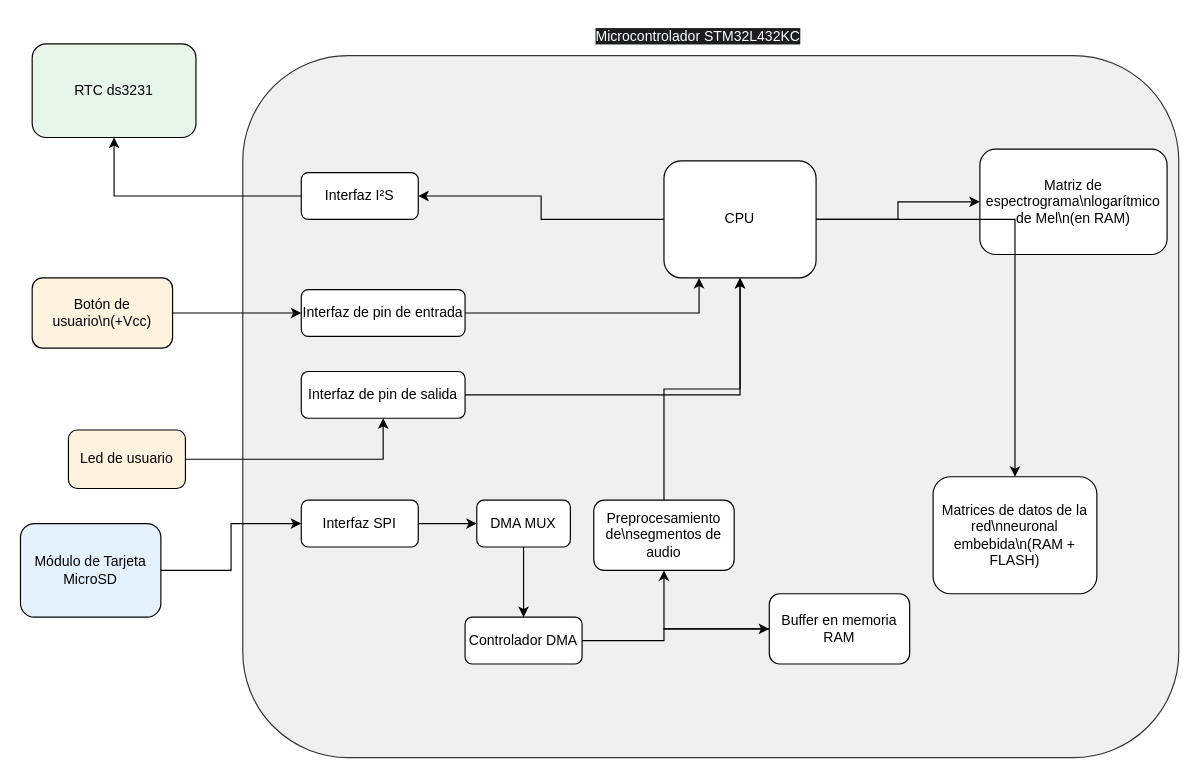
Fragol-01/Actualizacion_Tesis_25.04.2025 keeps this draw.io diagram as out/Core/Src/Diagrama sin título.drawio. Above is the earlier version. Source tidied: cells renumbered, new cells numbered last; positions are measured from the earlier drawing's top-left corner, leaving out a move shared by most shapes. Both pictures are drawn from the tidied source at 117%, with x=0, y=0 at pixel (20, 20).
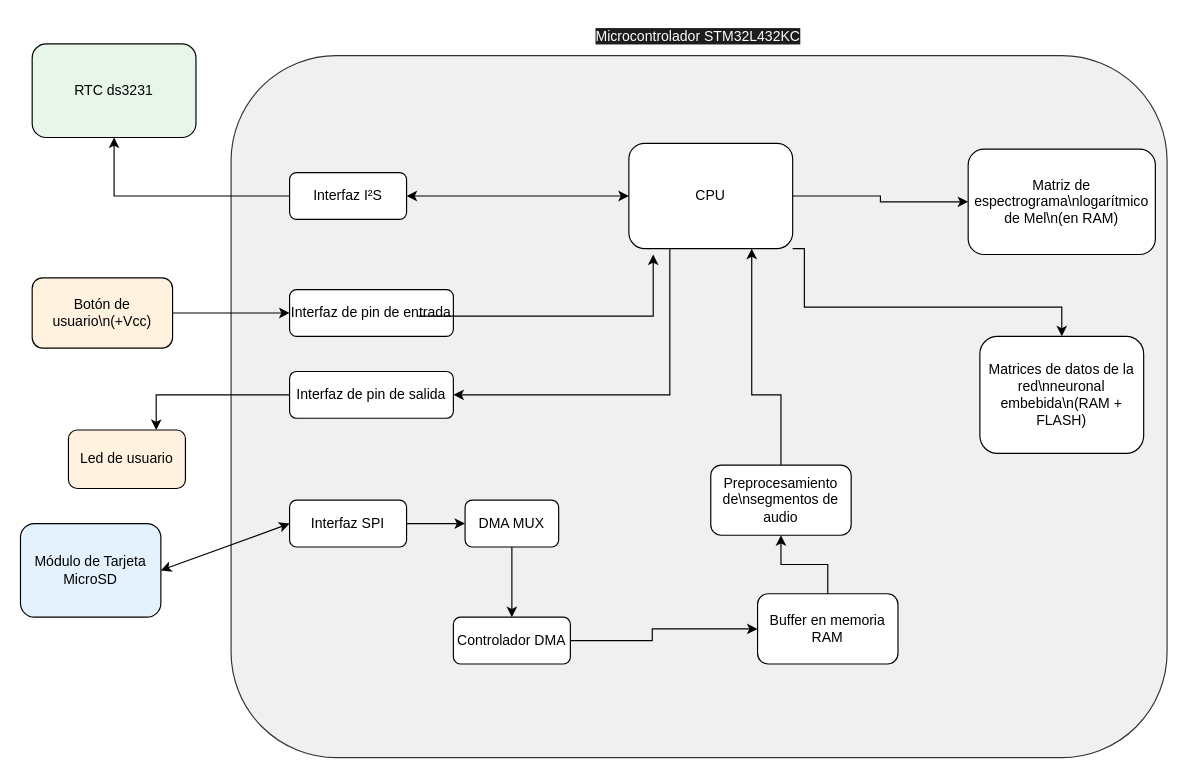
The same page after the edit.

Unchanged cells that the change refers to:
```xml
<mxCell id="4" value="Interfaz I²S" style="rounded=1;whiteSpace=wrap;" parent="2" vertex="1">
  <mxGeometry x="50" y="100" width="100" height="40" as="geometry" />
</mxCell>
<mxCell id="5" value="Interfaz de pin de entrada" style="rounded=1;whiteSpace=wrap;" parent="2" vertex="1">
  <mxGeometry x="50" y="200" width="140" height="40" as="geometry" />
</mxCell>
<mxCell id="6" value="Interfaz de pin de salida" style="rounded=1;whiteSpace=wrap;" parent="2" vertex="1">
  <mxGeometry x="50" y="270" width="140" height="40" as="geometry" />
</mxCell>
<mxCell id="7" value="Interfaz SPI" style="rounded=1;whiteSpace=wrap;" parent="2" vertex="1">
  <mxGeometry x="50" y="380" width="100" height="40" as="geometry" />
</mxCell>
<mxCell id="25" value="Led de usuario" style="rounded=1;whiteSpace=wrap;fillColor=#fff3e0;" parent="1" vertex="1">
  <mxGeometry x="41" y="350" width="100" height="50" as="geometry" />
</mxCell>
<mxCell id="27" value="Módulo de Tarjeta MicroSD" style="rounded=1;whiteSpace=wrap;fillColor=#e3f2fd;" parent="1" vertex="1">
  <mxGeometry y="430" width="120" height="80" as="geometry" />
</mxCell>
```

The edit, as a diff of the source:
```diff
@@
     <mxCell id="2" style="rounded=1;whiteSpace=wrap;fillColor=#f0f0f0;strokeColor=#333333;" parent="1" vertex="1">
-      <mxGeometry x="190" y="30" width="800" height="600" as="geometry" />
+      <mxGeometry x="180" y="30" width="800" height="600" as="geometry" />
     </mxCell>
+    <mxCell id="33" style="edgeStyle=orthogonalEdgeStyle;rounded=0;jettySize=auto;html=1;exitX=0.25;exitY=1;exitDx=0;exitDy=0;entryX=1;entryY=0.5;entryDx=0;entryDy=0;" parent="2" edge="1" source="3" target="6">
+      <mxGeometry relative="1" as="geometry" />
+    </mxCell>
     <mxCell id="3" value="CPU" style="rounded=1;whiteSpace=wrap;" parent="2" vertex="1">
-      <mxGeometry x="360" y="90" width="130" height="100" as="geometry" />
+      <mxGeometry x="340" y="75" width="140" height="90" as="geometry" />
     </mxCell>
@@
     <mxCell id="11" value="Preprocesamiento de\nsegmentos de audio" style="rounded=1;whiteSpace=wrap;" parent="2" vertex="1">
-      <mxGeometry x="300" y="380" width="120" height="60" as="geometry" />
+      <mxGeometry x="410" y="350" width="120" height="60" as="geometry" />
     </mxCell>
@@
     <mxCell id="13" value="Matrices de datos de la red\nneuronal embebida\n(RAM + FLASH)" style="rounded=1;whiteSpace=wrap;" parent="2" vertex="1">
-      <mxGeometry x="590" y="360" width="140" height="100" as="geometry" />
+      <mxGeometry x="640" y="240" width="140" height="100" as="geometry" />
     </mxCell>
@@
-    <mxCell id="18" style="edgeStyle=orthogonalEdgeStyle;rounded=0;" parent="2" edge="1" source="11" target="3">
-      <mxGeometry relative="1" as="geometry" />
+    <mxCell id="18" style="edgeStyle=orthogonalEdgeStyle;rounded=0;entryX=0.75;entryY=1;entryDx=0;entryDy=0;" parent="2" edge="1" source="11" target="3">
+      <mxGeometry relative="1" as="geometry">
+        <Array as="points">
+          <mxPoint x="470" y="290" />
+          <mxPoint x="445" y="290" />
+        </Array>
+      </mxGeometry>
     </mxCell>
@@
-    <mxCell id="20" style="edgeStyle=orthogonalEdgeStyle;rounded=0;" parent="2" edge="1" source="3" target="13">
-      <mxGeometry relative="1" as="geometry" />
+    <mxCell id="20" style="edgeStyle=orthogonalEdgeStyle;rounded=0;entryX=0.5;entryY=0;entryDx=0;entryDy=0;exitX=1;exitY=1;exitDx=0;exitDy=0;" parent="2" edge="1" source="3" target="13">
+      <mxGeometry relative="1" as="geometry">
+        <Array as="points">
+          <mxPoint x="490" y="215" />
+          <mxPoint x="710" y="215" />
+        </Array>
+      </mxGeometry>
     </mxCell>
-    <mxCell id="21" style="edgeStyle=orthogonalEdgeStyle;rounded=0;" parent="2" edge="1" source="3" target="4">
-      <mxGeometry relative="1" as="geometry" />
-    </mxCell>
-    <mxCell id="22" style="edgeStyle=orthogonalEdgeStyle;rounded=0;" parent="2" edge="1" source="5">
+    <mxCell id="22" style="edgeStyle=orthogonalEdgeStyle;rounded=0;entryX=0.363;entryY=0.97;entryDx=0;entryDy=0;entryPerimeter=0;" parent="2" edge="1">
       <mxGeometry relative="1" as="geometry">
-        <mxPoint x="390" y="190" as="targetPoint" />
+        <mxPoint x="160" y="222.7" as="sourcePoint" />
+        <mxPoint x="360.8" y="170" as="targetPoint" />
         <Array as="points">
-          <mxPoint x="390" y="220" />
-          <mxPoint x="390" y="190" />
+          <mxPoint x="361" y="222.7" />
         </Array>
       </mxGeometry>
     </mxCell>
+    <mxCell id="34" style="endArrow=classic;startArrow=classic;html=1;rounded=0;exitX=1;exitY=0.5;exitDx=0;exitDy=0;entryX=0;entryY=0.5;entryDx=0;entryDy=0;" parent="2" edge="1" source="4" target="3">
+      <mxGeometry relative="1" as="geometry" />
+    </mxCell>
@@
-    <mxCell id="26" style="edgeStyle=orthogonalEdgeStyle;rounded=0;jettySize=auto;html=1;exitX=1;exitY=0.5;exitDx=0;exitDy=0;entryX=0;entryY=0.5;entryDx=0;entryDy=0;" parent="1" edge="1" source="27" target="7">
-      <mxGeometry relative="1" as="geometry" />
-    </mxCell>
@@
-    <mxCell id="29" style="edgeStyle=orthogonalEdgeStyle;rounded=0;" parent="1" edge="1" source="6" target="3">
-      <mxGeometry relative="1" as="geometry" />
-    </mxCell>
-    <mxCell id="30" style="edgeStyle=orthogonalEdgeStyle;rounded=0;" parent="1" edge="1" source="25" target="6">
-      <mxGeometry relative="1" as="geometry" />
-    </mxCell>
@@
+    <mxCell id="35" style="edgeStyle=orthogonalEdgeStyle;rounded=0;jettySize=auto;html=1;exitX=0;exitY=0.5;exitDx=0;exitDy=0;entryX=0.75;entryY=0;entryDx=0;entryDy=0;" parent="1" edge="1" source="6" target="25">
+      <mxGeometry relative="1" as="geometry" />
+    </mxCell>
+    <mxCell id="26" style="endArrow=classic;startArrow=classic;html=1;rounded=0;exitX=1;exitY=0.5;exitDx=0;exitDy=0;entryX=0;entryY=0.5;entryDx=0;entryDy=0;" parent="1" edge="1" source="27" target="7">
+      <mxGeometry relative="1" as="geometry" />
+    </mxCell>
```
